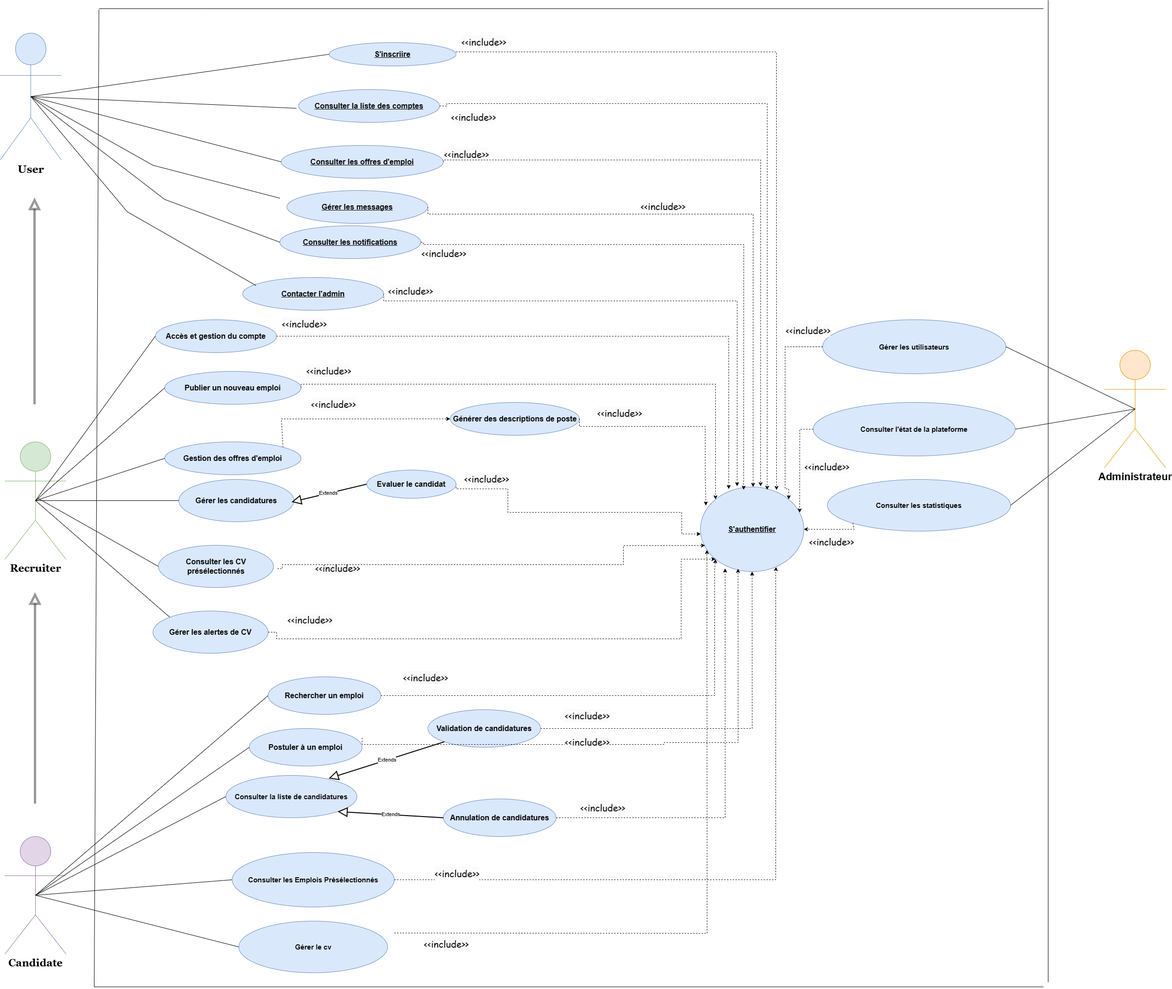
Before: Diagramme cas d'utilisation.drawio.png, a diagram exported from draw.io (chirine1/-project). Source tidied: cells renumbered, new cells last; positions are measured from the earlier drawing's top-left corner, leaving out a move shared by most shapes.
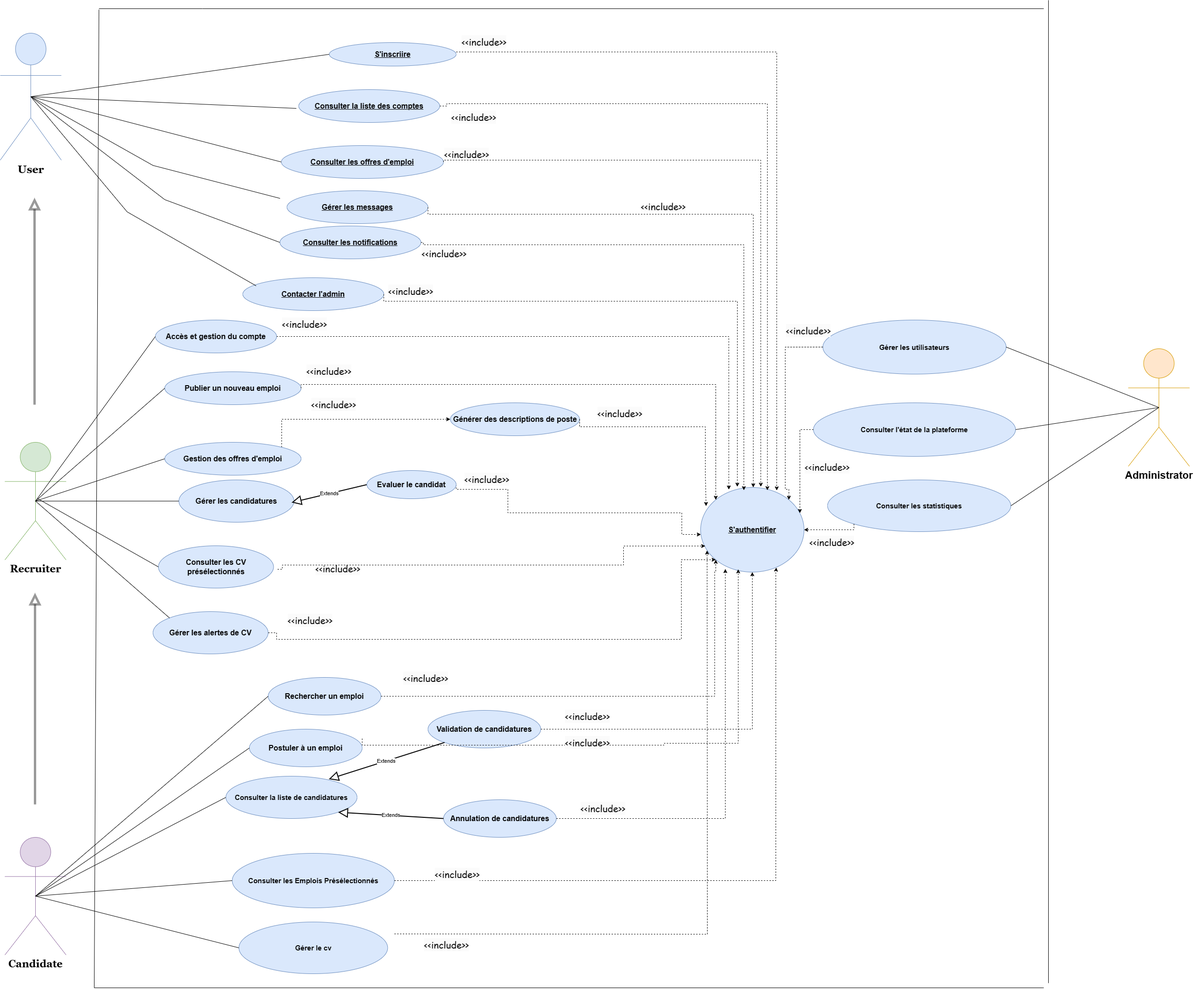
After the change.

Commit message:
Mettre à jour Diagramme cas d'utilisation.drawio.png

What changed in the source:
```diff
@@ -100,8 +100,8 @@
         <mxPoint x="2230" as="targetPoint" />
       </mxGeometry>
     </mxCell>
-    <mxCell id="23" value="&lt;font style=&quot;font-size: 22px;&quot;&gt;&lt;b&gt;Administrateur&lt;/b&gt;&lt;/font&gt;" style="shape=umlActor;verticalLabelPosition=bottom;verticalAlign=top;html=1;outlineConnect=0;fillColor=#ffe6cc;strokeColor=#d79b00;" parent="1" vertex="1">
-      <mxGeometry x="2350" y="745" width="130" height="250" as="geometry" />
+    <mxCell id="23" value="&lt;span style=&quot;font-size: 22px;&quot;&gt;&lt;b&gt;Administrator&lt;/b&gt;&lt;/span&gt;" style="shape=umlActor;verticalLabelPosition=bottom;verticalAlign=top;html=1;outlineConnect=0;fillColor=#ffe6cc;strokeColor=#d79b00;" parent="1" vertex="1">
+      <mxGeometry x="2400" y="741" width="130" height="250" as="geometry" />
     </mxCell>
     <mxCell id="24" style="edgeStyle=orthogonalEdgeStyle;rounded=0;jettySize=auto;html=1;exitX=1;exitY=0.5;exitDx=0;exitDy=0;dashed=1;entryX=0.732;entryY=0.946;entryDx=0;entryDy=0;entryPerimeter=0;" parent="1" edge="1" source="17" target="19">
       <mxGeometry relative="1" as="geometry">
```
